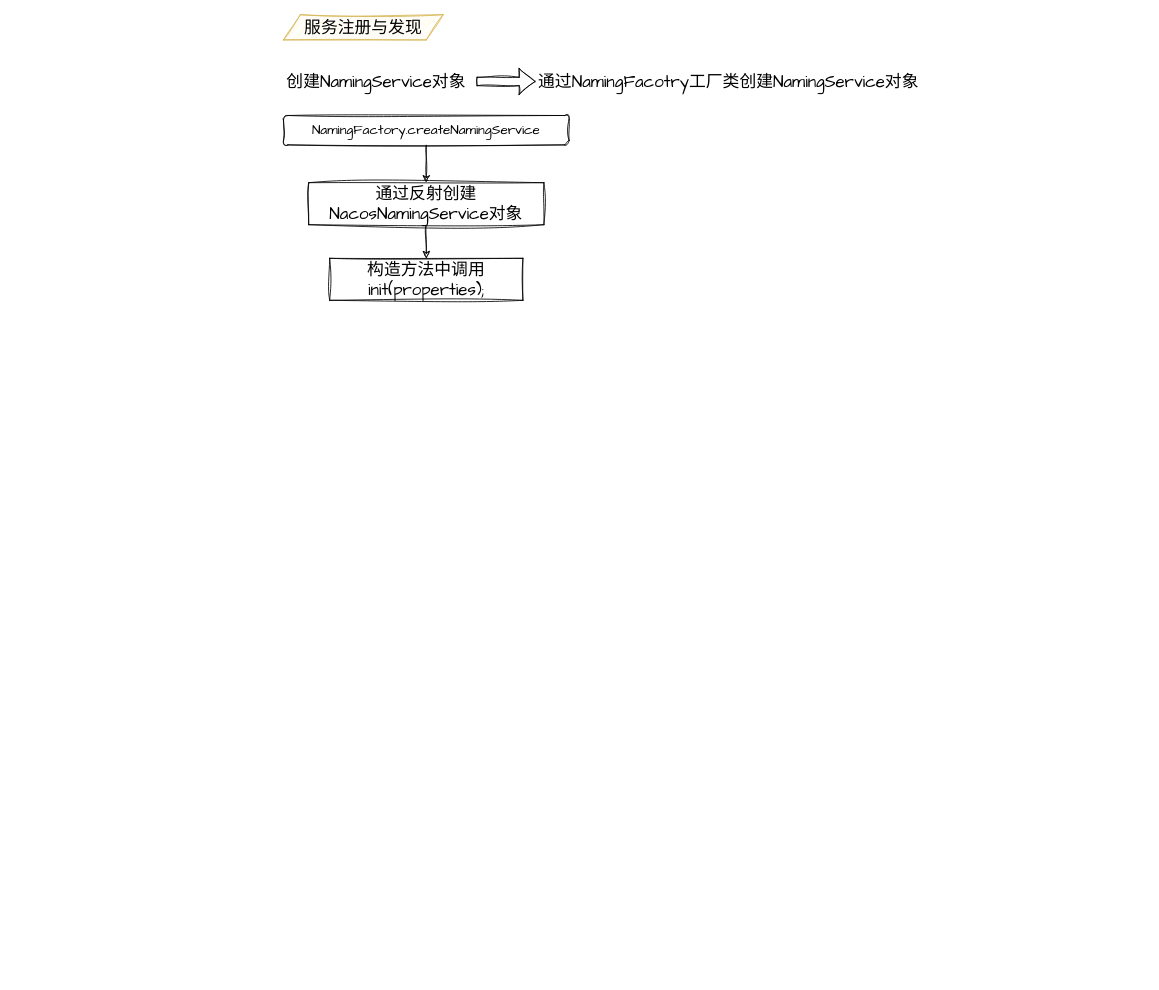
Above: Nacos.drawio in minybear/drawIo (draw.io), before the change. Source tidied: cells renumbered, new cells numbered last; positions are measured from the earlier drawing's top-left corner, leaving out a move shared by most shapes. Both pictures are drawn from the tidied source at 84%, with x=0, y=0 at pixel (275, 14).
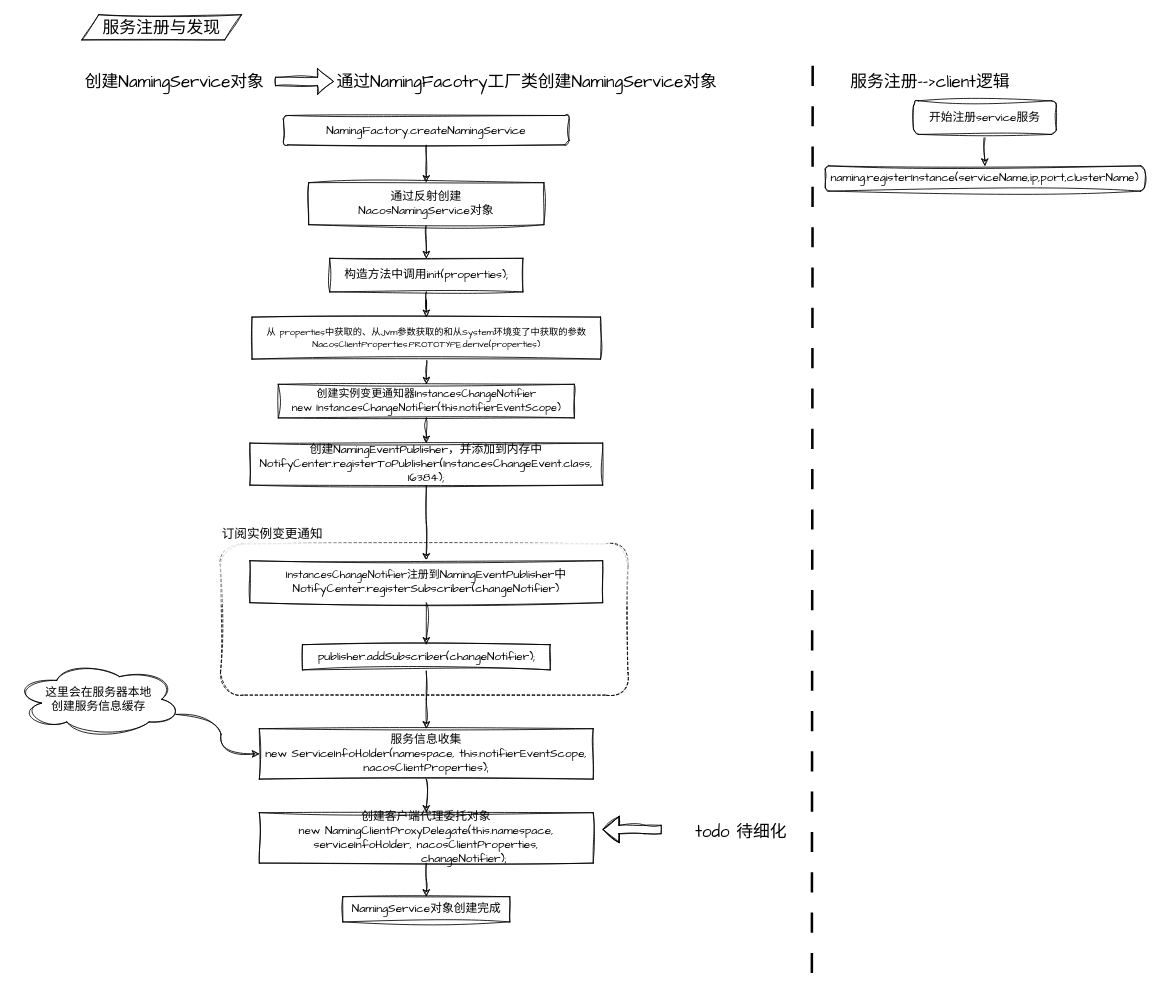
Above is the later version.

Change to the diagram source:
```diff
@@
+    <mxCell id="11" value="订阅实例变更通知" style="rounded=1;whiteSpace=wrap;html=1;sketch=1;hachureGap=4;jiggle=2;curveFitting=1;fontFamily=Architects Daughter;fontSize=15;dashed=1;align=left;glass=1;labelBackgroundColor=none;fillStyle=auto;labelPosition=center;verticalLabelPosition=top;verticalAlign=bottom;" parent="1" vertex="1">
+      <mxGeometry x="-65" y="630" width="485" height="180" as="geometry" />
+    </mxCell>
-    <mxCell id="2" value="创建NamingService对象" style="text;html=1;align=center;verticalAlign=middle;strokeColor=none;fillColor=none;fontSize=20;fontFamily=Architects Daughter;" parent="1" vertex="1">
-      <mxGeometry y="60" width="240" height="40" as="geometry" />
+    <mxCell id="2" value="创建NamingService对象" style="text;html=1;align=center;verticalAlign=middle;strokeColor=none;fillColor=none;fontSize=20;fontFamily=Architects Daughter;labelBackgroundColor=none;" parent="1" vertex="1">
+      <mxGeometry x="-240" y="60" width="240" height="40" as="geometry" />
     </mxCell>
-    <mxCell id="3" value="服务注册与发现" style="shape=parallelogram;perimeter=parallelogramPerimeter;whiteSpace=wrap;html=1;fixedSize=1;sketch=1;hachureGap=4;jiggle=2;curveFitting=1;fontFamily=Architects Daughter;fontSize=20;fillColor=#fff2cc;strokeColor=#d6b656;" parent="1" vertex="1">
-      <mxGeometry x="10" width="190" height="30" as="geometry" />
+    <mxCell id="3" value="服务注册与发现" style="shape=parallelogram;perimeter=parallelogramPerimeter;whiteSpace=wrap;html=1;fixedSize=1;sketch=1;hachureGap=4;jiggle=2;curveFitting=1;fontFamily=Architects Daughter;fontSize=20;labelBackgroundColor=none;" parent="1" vertex="1">
+      <mxGeometry x="-230" width="190" height="30" as="geometry" />
     </mxCell>
-    <mxCell id="4" style="edgeStyle=orthogonalEdgeStyle;rounded=0;sketch=1;hachureGap=4;jiggle=2;curveFitting=1;jettySize=auto;html=1;exitX=0.5;exitY=1;exitDx=0;exitDy=0;entryX=0.5;entryY=0;entryDx=0;entryDy=0;fontFamily=Architects Daughter;fontSize=16;" parent="1" edge="1" source="5" target="9">
+    <mxCell id="4" style="edgeStyle=orthogonalEdgeStyle;rounded=0;sketch=1;hachureGap=4;jiggle=2;curveFitting=1;jettySize=auto;html=1;exitX=0.5;exitY=1;exitDx=0;exitDy=0;entryX=0.5;entryY=0;entryDx=0;entryDy=0;fontFamily=Architects Daughter;fontSize=14;labelBackgroundColor=none;fontColor=default;" parent="1" edge="1" source="5" target="9">
       <mxGeometry relative="1" as="geometry" />
     </mxCell>
-    <mxCell id="5" value="NamingFactory.createNamingService" style="rounded=1;whiteSpace=wrap;html=1;sketch=1;hachureGap=4;jiggle=2;curveFitting=1;fontFamily=Architects Daughter;fontSize=16;" parent="1" vertex="1">
+    <mxCell id="5" value="NamingFactory.createNamingService" style="rounded=1;whiteSpace=wrap;html=1;sketch=1;hachureGap=4;jiggle=2;curveFitting=1;fontFamily=Architects Daughter;fontSize=14;labelBackgroundColor=none;" parent="1" vertex="1">
       <mxGeometry x="10" y="120" width="340" height="35" as="geometry" />
     </mxCell>
-    <mxCell id="6" value="通过NamingFacotry工厂类创建NamingService对象" style="text;html=1;strokeColor=none;fillColor=none;align=center;verticalAlign=middle;whiteSpace=wrap;rounded=0;fontSize=20;fontFamily=Architects Daughter;" parent="1" vertex="1">
-      <mxGeometry x="310" y="57.5" width="460" height="45" as="geometry" />
+    <mxCell id="6" value="通过NamingFacotry工厂类创建NamingService对象" style="text;html=1;strokeColor=none;fillColor=none;align=center;verticalAlign=middle;whiteSpace=wrap;rounded=0;fontSize=20;fontFamily=Architects Daughter;labelBackgroundColor=none;" parent="1" vertex="1">
+      <mxGeometry x="70" y="57.5" width="460" height="45" as="geometry" />
     </mxCell>
-    <mxCell id="7" style="shape=flexArrow;endArrow=classic;html=1;rounded=0;sketch=1;hachureGap=4;jiggle=2;curveFitting=1;fontFamily=Architects Daughter;fontSize=16;" parent="1" edge="1">
+    <mxCell id="7" style="shape=flexArrow;endArrow=classic;html=1;rounded=0;sketch=1;hachureGap=4;jiggle=2;curveFitting=1;fontFamily=Architects Daughter;fontSize=16;labelBackgroundColor=none;fontColor=default;" parent="1" edge="1">
       <mxGeometry relative="1" as="geometry">
-        <mxPoint x="240" y="79.5" as="sourcePoint" />
-        <mxPoint x="310" y="79.5" as="targetPoint" />
+        <mxPoint y="79.5" as="sourcePoint" />
+        <mxPoint x="70" y="79.5" as="targetPoint" />
       </mxGeometry>
     </mxCell>
-    <mxCell id="8" style="edgeStyle=orthogonalEdgeStyle;rounded=0;sketch=1;hachureGap=4;jiggle=2;curveFitting=1;jettySize=auto;html=1;exitX=0.5;exitY=1;exitDx=0;exitDy=0;fontFamily=Architects Daughter;fontSize=16;" parent="1" edge="1" source="9" target="10">
+    <mxCell id="8" style="edgeStyle=orthogonalEdgeStyle;rounded=0;sketch=1;hachureGap=4;jiggle=2;curveFitting=1;jettySize=auto;html=1;exitX=0.5;exitY=1;exitDx=0;exitDy=0;fontFamily=Architects Daughter;fontSize=14;labelBackgroundColor=none;fontColor=default;" parent="1" edge="1" source="9" target="10">
       <mxGeometry relative="1" as="geometry" />
     </mxCell>
-    <mxCell id="9" value="通过反射创建&lt;br&gt;NacosNamingService对象" style="rounded=0;whiteSpace=wrap;html=1;sketch=1;hachureGap=4;jiggle=2;curveFitting=1;fontFamily=Architects Daughter;fontSize=20;" parent="1" vertex="1">
+    <mxCell id="9" value="通过反射创建&lt;br style=&quot;font-size: 14px;&quot;&gt;NacosNamingService对象" style="rounded=0;whiteSpace=wrap;html=1;sketch=1;hachureGap=4;jiggle=2;curveFitting=1;fontFamily=Architects Daughter;fontSize=14;labelBackgroundColor=none;" parent="1" vertex="1">
       <mxGeometry x="40" y="200" width="280" height="50" as="geometry" />
     </mxCell>
+    <mxCell id="12" style="edgeStyle=orthogonalEdgeStyle;rounded=0;sketch=1;hachureGap=4;jiggle=2;curveFitting=1;jettySize=auto;html=1;exitX=0.5;exitY=1;exitDx=0;exitDy=0;fontFamily=Architects Daughter;fontSize=16;labelBackgroundColor=none;fontColor=default;" parent="1" edge="1" source="10" target="14">
+      <mxGeometry relative="1" as="geometry" />
+    </mxCell>
-    <mxCell id="10" value="构造方法中调用init(properties);" style="rounded=0;whiteSpace=wrap;html=1;sketch=1;hachureGap=4;jiggle=2;curveFitting=1;fontFamily=Architects Daughter;fontSize=20;" parent="1" vertex="1">
-      <mxGeometry x="65" y="290" width="230" height="50" as="geometry" />
+    <mxCell id="10" value="构造方法中调用init(properties);" style="rounded=0;whiteSpace=wrap;html=1;sketch=1;hachureGap=4;jiggle=2;curveFitting=1;fontFamily=Architects Daughter;fontSize=14;labelBackgroundColor=none;" parent="1" vertex="1">
+      <mxGeometry x="65" y="290" width="230" height="40" as="geometry" />
     </mxCell>
+    <mxCell id="13" style="edgeStyle=orthogonalEdgeStyle;rounded=0;sketch=1;hachureGap=4;jiggle=2;curveFitting=1;jettySize=auto;html=1;exitX=0.5;exitY=1;exitDx=0;exitDy=0;fontFamily=Architects Daughter;fontSize=16;labelBackgroundColor=none;fontColor=default;" parent="1" edge="1" source="14" target="16">
+      <mxGeometry relative="1" as="geometry" />
+    </mxCell>
+    <mxCell id="14" value="&lt;font style=&quot;font-size: 11px;&quot;&gt;从 properties中获取的、从Jvm参数获取的和从System环境变了中获取的参数NacosClientProperties.PROTOTYPE.derive(properties)&lt;/font&gt;" style="rounded=0;whiteSpace=wrap;html=1;sketch=1;hachureGap=4;jiggle=2;curveFitting=1;fontFamily=Architects Daughter;fontSize=11;labelBackgroundColor=none;" parent="1" vertex="1">
+      <mxGeometry x="-27.5" y="360" width="415" height="50" as="geometry" />
+    </mxCell>
+    <mxCell id="15" style="edgeStyle=orthogonalEdgeStyle;rounded=0;sketch=1;hachureGap=4;jiggle=2;curveFitting=1;jettySize=auto;html=1;exitX=0.5;exitY=1;exitDx=0;exitDy=0;fontFamily=Architects Daughter;fontSize=16;labelBackgroundColor=none;fontColor=default;" parent="1" edge="1" source="16" target="19">
+      <mxGeometry relative="1" as="geometry" />
+    </mxCell>
+    <mxCell id="16" value="创建实例变更通知器InstancesChangeNotifier&lt;br&gt;new InstancesChangeNotifier(this.notifierEventScope)" style="rounded=0;whiteSpace=wrap;html=1;sketch=1;hachureGap=4;jiggle=2;curveFitting=1;fontFamily=Architects Daughter;fontSize=13;labelBackgroundColor=none;" parent="1" vertex="1">
+      <mxGeometry x="3.8" y="440" width="352.5" height="40" as="geometry" />
+    </mxCell>
+    <mxCell id="17" style="endArrow=none;dashed=1;html=1;dashPattern=8 8;strokeWidth=3;rounded=0;hachureGap=4;fontFamily=Architects Daughter;fontSize=16;shadow=0;labelBackgroundColor=none;fontColor=default;fontStyle=1;" parent="1" edge="1">
+      <mxGeometry relative="1" as="geometry">
+        <mxPoint x="639" y="1140.9" as="sourcePoint" />
+        <mxPoint x="640" y="40" as="targetPoint" />
+      </mxGeometry>
+    </mxCell>
+    <mxCell id="18" style="edgeStyle=orthogonalEdgeStyle;rounded=0;sketch=1;hachureGap=4;jiggle=2;curveFitting=1;jettySize=auto;html=1;fontFamily=Architects Daughter;fontSize=16;labelBackgroundColor=none;fontColor=default;" parent="1" edge="1" source="19">
+      <mxGeometry relative="1" as="geometry">
+        <mxPoint x="180" y="650" as="targetPoint" />
+      </mxGeometry>
+    </mxCell>
+    <mxCell id="19" value="创建NamingEventPublisher，并添加到内存中NotifyCenter.registerToPublisher(InstancesChangeEvent.class, 16384);" style="rounded=0;whiteSpace=wrap;html=1;sketch=1;hachureGap=4;jiggle=2;curveFitting=1;fontFamily=Architects Daughter;fontSize=14;labelBackgroundColor=none;" parent="1" vertex="1">
+      <mxGeometry x="-30" y="510" width="420" height="50" as="geometry" />
+    </mxCell>
+    <mxCell id="20" style="edgeStyle=orthogonalEdgeStyle;rounded=0;sketch=1;hachureGap=4;jiggle=2;curveFitting=1;jettySize=auto;html=1;fontFamily=Architects Daughter;fontSize=16;labelBackgroundColor=none;fontColor=default;" parent="1" edge="1" source="21" target="23">
+      <mxGeometry relative="1" as="geometry" />
+    </mxCell>
+    <mxCell id="21" value="&lt;span style=&quot;font-size: 13px;&quot;&gt;InstancesChangeNotifier注册到&lt;/span&gt;NamingEventPublisher中NotifyCenter.registerSubscriber(changeNotifier)" style="rounded=0;whiteSpace=wrap;html=1;sketch=1;hachureGap=4;jiggle=2;curveFitting=1;fontFamily=Architects Daughter;fontSize=14;labelBackgroundColor=none;" parent="1" vertex="1">
+      <mxGeometry x="-30" y="650" width="420" height="50" as="geometry" />
+    </mxCell>
+    <mxCell id="22" style="edgeStyle=orthogonalEdgeStyle;rounded=0;sketch=1;hachureGap=4;jiggle=2;curveFitting=1;jettySize=auto;html=1;fontFamily=Architects Daughter;fontSize=16;fontColor=default;labelBackgroundColor=none;" parent="1" edge="1" source="23" target="25">
+      <mxGeometry relative="1" as="geometry" />
+    </mxCell>
+    <mxCell id="23" value="publisher.addSubscriber(changeNotifier);" style="rounded=0;whiteSpace=wrap;html=1;sketch=1;hachureGap=4;jiggle=2;curveFitting=1;fontFamily=Architects Daughter;fontSize=14;labelBackgroundColor=none;" parent="1" vertex="1">
+      <mxGeometry x="32.5" y="750" width="295" height="30" as="geometry" />
+    </mxCell>
+    <mxCell id="24" style="edgeStyle=orthogonalEdgeStyle;rounded=0;sketch=1;hachureGap=4;jiggle=2;curveFitting=1;jettySize=auto;html=1;fontFamily=Architects Daughter;fontSize=16;fontColor=default;labelBackgroundColor=none;" parent="1" edge="1" source="25" target="29">
+      <mxGeometry relative="1" as="geometry" />
+    </mxCell>
+    <mxCell id="25" value="服务信息收集&lt;br&gt;new ServiceInfoHolder(namespace, this.notifierEventScope, nacosClientProperties);" style="rounded=0;whiteSpace=wrap;html=1;sketch=1;hachureGap=4;jiggle=2;curveFitting=1;fontFamily=Architects Daughter;fontSize=14;labelBackgroundColor=none;" parent="1" vertex="1">
+      <mxGeometry x="-18.8" y="850" width="397.5" height="60" as="geometry" />
+    </mxCell>
+    <mxCell id="26" value="这里会在服务器本地&lt;br&gt;创建服务信息缓存" style="ellipse;shape=cloud;whiteSpace=wrap;html=1;sketch=1;hachureGap=4;jiggle=2;curveFitting=1;fontFamily=Architects Daughter;fontSize=14;labelBackgroundColor=none;" parent="1" vertex="1">
+      <mxGeometry x="-310" y="770" width="200" height="90" as="geometry" />
+    </mxCell>
+    <mxCell id="27" style="endArrow=classic;html=1;sketch=1;hachureGap=4;jiggle=2;curveFitting=1;fontFamily=Architects Daughter;fontSize=16;fontColor=default;entryX=0;entryY=0.5;entryDx=0;entryDy=0;exitX=0.96;exitY=0.7;exitDx=0;exitDy=0;exitPerimeter=0;curved=1;edgeStyle=orthogonalEdgeStyle;labelBackgroundColor=none;" parent="1" edge="1" source="26" target="25">
+      <mxGeometry relative="1" as="geometry" />
+    </mxCell>
+    <mxCell id="28" style="edgeStyle=orthogonalEdgeStyle;rounded=0;sketch=1;hachureGap=4;jiggle=2;curveFitting=1;jettySize=auto;html=1;fontFamily=Architects Daughter;fontSize=16;fontColor=default;labelBackgroundColor=none;" parent="1" edge="1" source="29" target="32">
+      <mxGeometry relative="1" as="geometry" />
+    </mxCell>
+    <mxCell id="29" value="创建客户端代理委托对象&lt;br style=&quot;border-color: var(--border-color);&quot;&gt;&lt;div style=&quot;border-color: var(--border-color);&quot;&gt;new NamingClientProxyDelegate(this.namespace, serviceInfoHolder, nacosClientProperties,&lt;/div&gt;&lt;div style=&quot;border-color: var(--border-color);&quot;&gt;&lt;span style=&quot;border-color: var(--border-color);&quot;&gt;&amp;nbsp; &amp;nbsp; &amp;nbsp; &amp;nbsp; &amp;nbsp; &amp;nbsp; &amp;nbsp; &amp;nbsp; changeNotifier);&lt;/span&gt;&lt;/div&gt;" style="rounded=0;whiteSpace=wrap;html=1;hachureGap=4;fontFamily=Architects Daughter;fontSize=14;labelBackgroundColor=none;sketch=1;curveFitting=1;jiggle=2;" parent="1" vertex="1">
+      <mxGeometry x="-18.8" y="950" width="397.5" height="60" as="geometry" />
+    </mxCell>
+    <mxCell id="30" value="todo 待细化" style="text;html=1;strokeColor=none;fillColor=none;align=center;verticalAlign=middle;whiteSpace=wrap;rounded=0;fontSize=20;fontFamily=Architects Daughter;labelBackgroundColor=none;" parent="1" vertex="1">
+      <mxGeometry x="470" y="960" width="170" height="25" as="geometry" />
+    </mxCell>
+    <mxCell id="31" style="shape=flexArrow;endArrow=classic;html=1;rounded=0;sketch=1;hachureGap=4;jiggle=2;curveFitting=1;fontFamily=Architects Daughter;fontSize=16;fontColor=default;labelBackgroundColor=none;" parent="1" edge="1">
+      <mxGeometry relative="1" as="geometry">
+        <mxPoint x="460" y="970" as="sourcePoint" />
+        <mxPoint x="390" y="970" as="targetPoint" />
+        <Array as="points">
+          <mxPoint x="440" y="970" />
+        </Array>
+      </mxGeometry>
+    </mxCell>
+    <mxCell id="32" value="NamingService对象创建完成" style="rounded=0;whiteSpace=wrap;html=1;hachureGap=4;fontFamily=Architects Daughter;fontSize=14;labelBackgroundColor=none;sketch=1;curveFitting=1;jiggle=2;" parent="1" vertex="1">
+      <mxGeometry x="80.6" y="1050" width="198.8" height="30" as="geometry" />
+    </mxCell>
+    <mxCell id="33" value="naming.registerInstance(serviceName,ip,port,clusterName)" style="rounded=1;whiteSpace=wrap;html=1;sketch=1;hachureGap=4;jiggle=2;curveFitting=1;fontFamily=Architects Daughter;fontSize=14;labelBackgroundColor=none;" parent="1" vertex="1">
+      <mxGeometry x="655" y="180" width="380" height="30" as="geometry" />
+    </mxCell>
+    <mxCell id="34" value="服务注册--&amp;gt;client逻辑" style="text;html=1;strokeColor=none;fillColor=none;align=center;verticalAlign=middle;whiteSpace=wrap;rounded=0;fontSize=20;fontFamily=Architects Daughter;labelBackgroundColor=none;" parent="1" vertex="1">
+      <mxGeometry x="680" y="65" width="200" height="30" as="geometry" />
+    </mxCell>
+    <mxCell id="35" style="edgeStyle=orthogonalEdgeStyle;rounded=0;sketch=1;hachureGap=4;jiggle=2;curveFitting=1;jettySize=auto;html=1;exitX=0.5;exitY=1;exitDx=0;exitDy=0;entryX=0.5;entryY=0;entryDx=0;entryDy=0;fontFamily=Architects Daughter;fontSize=16;fontColor=default;labelBackgroundColor=none;" parent="1" edge="1" source="36" target="33">
+      <mxGeometry relative="1" as="geometry" />
+    </mxCell>
+    <mxCell id="36" value="开始注册service服务" style="rounded=1;whiteSpace=wrap;html=1;sketch=1;hachureGap=4;jiggle=2;curveFitting=1;fontFamily=Architects Daughter;fontSize=14;labelBackgroundColor=none;" parent="1" vertex="1">
+      <mxGeometry x="760" y="102.5" width="170" height="40" as="geometry" />
+    </mxCell>
```
